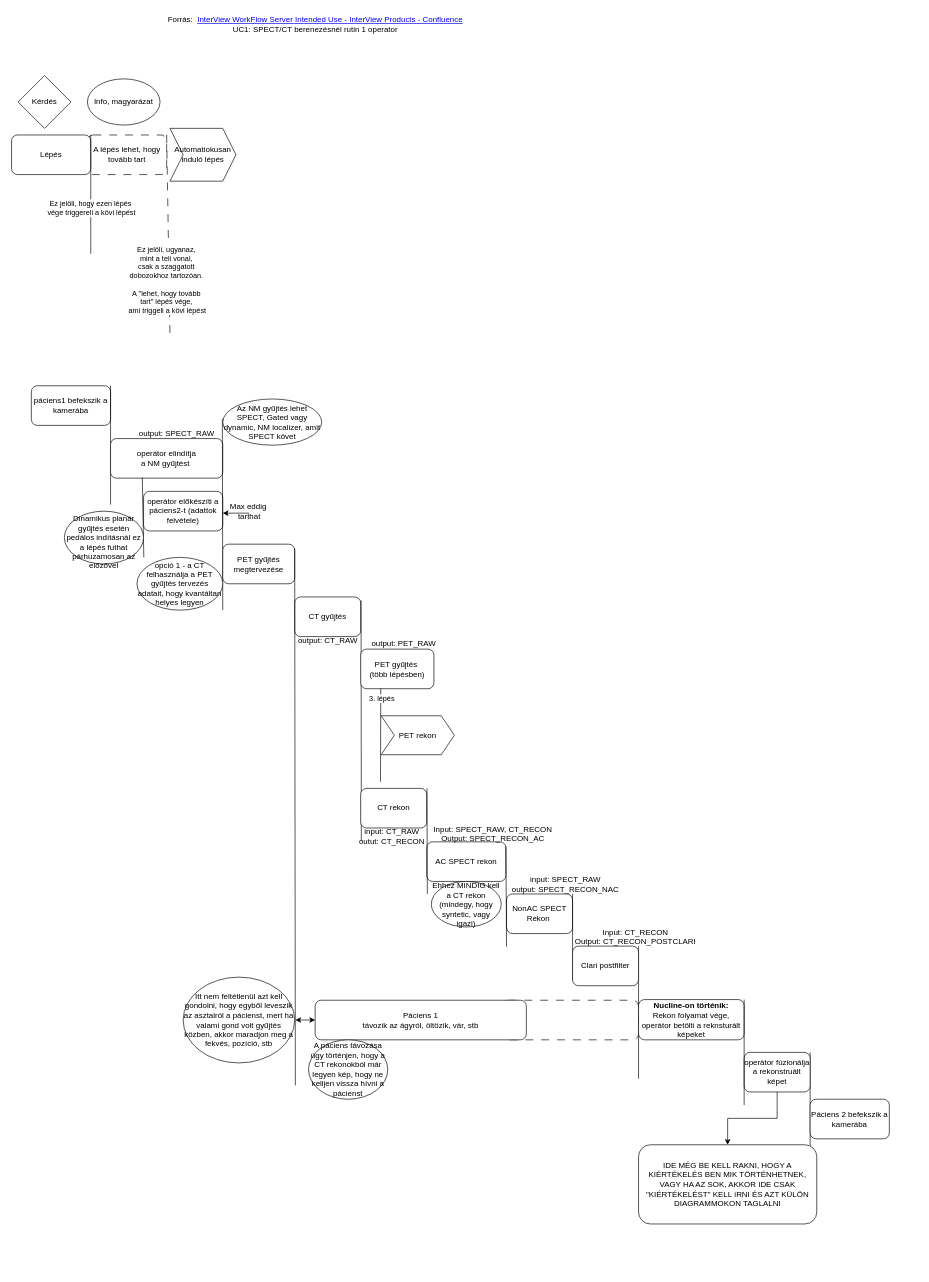
Earlier version of the draw.io diagram UC1_SPECT_CT_PET_Rutin_1_Operator_Prio1_Ac_SPECT_Rekon_ClariPF___törölni ha a kiértékelések is bekerültek.drawio (szvatai1985/drawio_files). Source tidied: cells renumbered, new cells numbered last; positions are measured from the earlier drawing's top-left corner, leaving out a move shared by most shapes. Both pictures are drawn from the tidied source at 66%, with x=0, y=0 at pixel (11, 11).
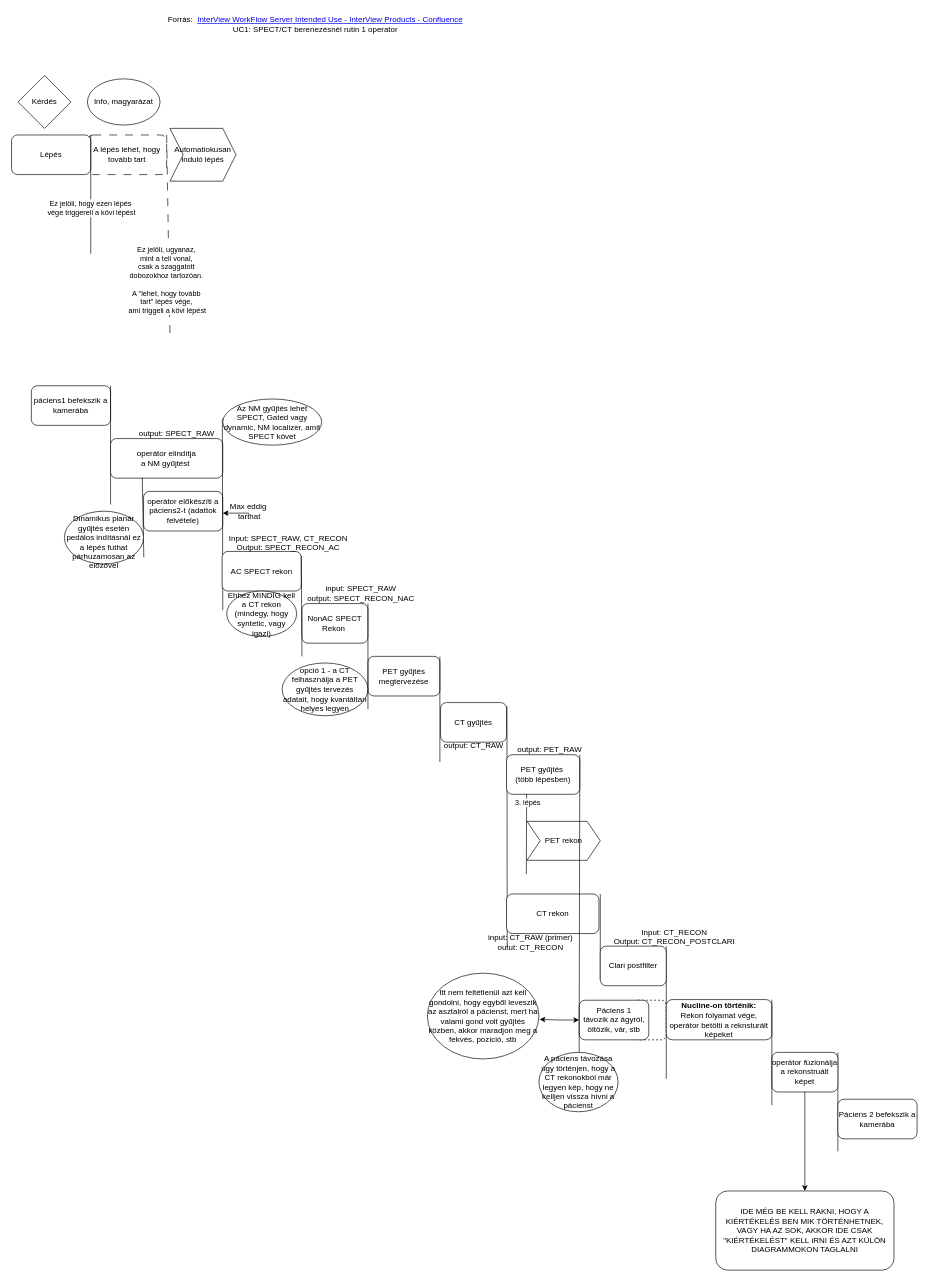
Above is the later version.

Change to the diagram source:
```diff
@@
-    <mxCell id="2" style="rounded=1;whiteSpace=wrap;html=1;dashed=1;dashPattern=12 12;" parent="1" vertex="1">
-      <mxGeometry x="744" y="1498" width="206" height="60" as="geometry" />
+    <mxCell id="2" style="rounded=1;whiteSpace=wrap;html=1;dashed=1;" parent="1" vertex="1">
+      <mxGeometry x="942" y="1498" width="50" height="60" as="geometry" />
     </mxCell>
@@
     <mxCell id="15" value="NonAC SPECT Rekon&amp;nbsp;" style="rounded=1;whiteSpace=wrap;html=1;" parent="1" vertex="1">
-      <mxGeometry x="750" y="1337" width="100" height="60" as="geometry" />
+      <mxGeometry x="440" y="897" width="100" height="60" as="geometry" />
     </mxCell>
     <mxCell id="16" style="endArrow=none;html=1;rounded=0;entryX=1;entryY=0;entryDx=0;entryDy=0;" parent="1" edge="1">
       <mxGeometry relative="1" as="geometry">
-        <mxPoint x="950" y="1617" as="sourcePoint" />
-        <mxPoint x="950" y="1416" as="targetPoint" />
+        <mxPoint x="992" y="1617" as="sourcePoint" />
+        <mxPoint x="992" y="1416" as="targetPoint" />
       </mxGeometry>
     </mxCell>
     <mxCell id="17" style="endArrow=none;html=1;rounded=0;entryX=1;entryY=0;entryDx=0;entryDy=0;" parent="1" edge="1">
       <mxGeometry relative="1" as="geometry">
-        <mxPoint x="1210" y="1727" as="sourcePoint" />
-        <mxPoint x="1210" y="1577" as="targetPoint" />
+        <mxPoint x="1252" y="1727" as="sourcePoint" />
+        <mxPoint x="1252" y="1577" as="targetPoint" />
       </mxGeometry>
     </mxCell>
     <mxCell id="18" value="&lt;div&gt;Páciens 2 befekszik a kamerába&lt;/div&gt;" style="rounded=1;whiteSpace=wrap;html=1;" parent="1" vertex="1">
-      <mxGeometry x="1210" y="1648" width="120" height="60" as="geometry" />
+      <mxGeometry x="1252" y="1648" width="120" height="60" as="geometry" />
     </mxCell>
@@
     <mxCell id="20" value="&lt;div&gt;&lt;div&gt;input: SPECT_RAW&lt;/div&gt;&lt;div&gt;output: SPECT_RECON_NAC&lt;/div&gt;&lt;/div&gt;" style="text;html=1;align=center;verticalAlign=middle;strokeColor=none;fillColor=none;" parent="1" vertex="1">
-      <mxGeometry x="744" y="1302" width="190" height="40" as="geometry" />
+      <mxGeometry x="434" y="862" width="190" height="40" as="geometry" />
     </mxCell>
     <mxCell id="21" value="CT gyűjtés" style="rounded=1;whiteSpace=wrap;html=1;" parent="1" vertex="1">
-      <mxGeometry x="429" y="887" width="100" height="60" as="geometry" />
+      <mxGeometry x="650" y="1047" width="100" height="60" as="geometry" />
     </mxCell>
     <mxCell id="22" value="&lt;div&gt;output: CT_RAW&lt;/div&gt;" style="text;html=1;align=center;verticalAlign=middle;strokeColor=none;fillColor=none;" parent="1" vertex="1">
-      <mxGeometry x="424" y="938" width="110" height="30" as="geometry" />
+      <mxGeometry x="645" y="1098" width="110" height="30" as="geometry" />
     </mxCell>
     <mxCell id="23" style="endArrow=none;html=1;rounded=0;entryX=1.006;entryY=0.091;entryDx=0;entryDy=0;entryPerimeter=0;" parent="1" edge="1" target="21">
       <mxGeometry relative="1" as="geometry">
-        <mxPoint x="530" y="1257" as="sourcePoint" />
+        <mxPoint x="751" y="1417" as="sourcePoint" />
       </mxGeometry>
     </mxCell>
     <mxCell id="24" value="CT rekon" style="rounded=1;whiteSpace=wrap;html=1;" parent="1" vertex="1">
-      <mxGeometry x="529" y="1177" width="100" height="60" as="geometry" />
+      <mxGeometry x="750" y="1337" width="140" height="60" as="geometry" />
     </mxCell>
-    <mxCell id="25" value="&lt;div&gt;input: CT_RAW&lt;/div&gt;&lt;div&gt;outut: CT_RECON&lt;/div&gt;" style="text;html=1;align=center;verticalAlign=middle;strokeColor=none;fillColor=none;" parent="1" vertex="1">
-      <mxGeometry x="516" y="1230" width="120" height="40" as="geometry" />
+    <mxCell id="25" value="&lt;div&gt;input: CT_RAW (primer)&lt;/div&gt;&lt;div&gt;outut: CT_RECON&lt;/div&gt;" style="text;html=1;align=center;verticalAlign=middle;strokeColor=none;fillColor=none;" parent="1" vertex="1">
+      <mxGeometry x="711" y="1390" width="150" height="40" as="geometry" />
     </mxCell>
     <mxCell id="26" style="endArrow=none;html=1;rounded=0;entryX=1;entryY=0;entryDx=0;entryDy=0;" parent="1" edge="1">
       <mxGeometry relative="1" as="geometry">
-        <mxPoint x="850" y="1467" as="sourcePoint" />
-        <mxPoint x="850" y="1337" as="targetPoint" />
+        <mxPoint x="892" y="1467" as="sourcePoint" />
+        <mxPoint x="892" y="1337" as="targetPoint" />
       </mxGeometry>
     </mxCell>
     <mxCell id="27" value="&lt;div&gt;Clari postfilter&lt;/div&gt;" style="rounded=1;whiteSpace=wrap;html=1;" parent="1" vertex="1">
-      <mxGeometry x="850" y="1416" width="100" height="60" as="geometry" />
+      <mxGeometry x="892" y="1416" width="100" height="60" as="geometry" />
     </mxCell>
     <mxCell id="28" value="&lt;div&gt;Input: CT_RECON&lt;/div&gt;&lt;div&gt;Output: CT_RECON_POSTCLARI&lt;/div&gt;" style="text;html=1;align=center;verticalAlign=middle;strokeColor=none;fillColor=none;" parent="1" vertex="1">
-      <mxGeometry x="840" y="1382" width="210" height="40" as="geometry" />
+      <mxGeometry x="899" y="1382" width="210" height="40" as="geometry" />
     </mxCell>
     <mxCell id="29" value="AC SPECT rekon" style="rounded=1;whiteSpace=wrap;html=1;" parent="1" vertex="1">
-      <mxGeometry x="629" y="1258" width="120" height="60" as="geometry" />
+      <mxGeometry x="319" y="818" width="120" height="60" as="geometry" />
     </mxCell>
     <mxCell id="30" value="&lt;div&gt;Input: SPECT_RAW, CT_RECON&lt;/div&gt;&lt;div&gt;Output: SPECT_RECON_AC&lt;/div&gt;&lt;div&gt;&lt;br&gt;&lt;/div&gt;" style="text;html=1;align=center;verticalAlign=middle;strokeColor=none;fillColor=none;" parent="1" vertex="1">
-      <mxGeometry x="629" y="1223" width="200" height="60" as="geometry" />
+      <mxGeometry x="319" y="783" width="200" height="60" as="geometry" />
     </mxCell>
@@
     <mxCell id="39" value="&lt;div&gt;PET gyűjtés megtervezése&lt;/div&gt;" style="rounded=1;whiteSpace=wrap;html=1;" parent="1" vertex="1">
-      <mxGeometry x="320" y="807" width="109" height="60" as="geometry" />
+      <mxGeometry x="540" y="977" width="109" height="60" as="geometry" />
     </mxCell>
     <mxCell id="40" value="opció 1 - a CT felhasználja a PET gyűjtés tervezés adatait, hogy kvantáltan helyes legyen" style="ellipse;whiteSpace=wrap;html=1;" parent="1" vertex="1">
-      <mxGeometry x="190" y="827" width="130" height="80" as="geometry" />
+      <mxGeometry x="410" y="987" width="130" height="80" as="geometry" />
     </mxCell>
-    <mxCell id="41" style="endArrow=none;html=1;rounded=0;entryX=1;entryY=0.11;entryDx=0;entryDy=0;entryPerimeter=0;" parent="1" edge="1" target="39">
-      <mxGeometry relative="1" as="geometry">
-        <mxPoint x="430" y="1627" as="sourcePoint" />
-      </mxGeometry>
-    </mxCell>
     <mxCell id="42" value="PET gyűjtés&amp;nbsp;&lt;div&gt;(több lépésben)&lt;/div&gt;" style="rounded=1;whiteSpace=wrap;html=1;" parent="1" vertex="1">
-      <mxGeometry x="529" y="966" width="111" height="60" as="geometry" />
+      <mxGeometry x="750" y="1126" width="111" height="60" as="geometry" />
     </mxCell>
     <mxCell id="43" value="PET rekon" style="shape=step;perimeter=stepPerimeter;whiteSpace=wrap;html=1;fixedSize=1;" parent="1" vertex="1">
-      <mxGeometry x="560" y="1067" width="111" height="59" as="geometry" />
+      <mxGeometry x="781" y="1227" width="111" height="59" as="geometry" />
     </mxCell>
     <mxCell id="44" style="endArrow=none;html=1;rounded=0;entryX=1;entryY=0.11;entryDx=0;entryDy=0;entryPerimeter=0;" parent="1" edge="1">
       <mxGeometry relative="1" as="geometry">
-        <mxPoint x="559" y="1167" as="sourcePoint" />
-        <mxPoint x="559.4" y="1025.5" as="targetPoint" />
+        <mxPoint x="780" y="1307" as="sourcePoint" />
+        <mxPoint x="780.4" y="1185.5" as="targetPoint" />
       </mxGeometry>
     </mxCell>
@@
     <mxCell id="46" value="Páciens 1&lt;div&gt;távozik az ágyról, öltözik, vár, stb&lt;/div&gt;" style="rounded=1;whiteSpace=wrap;html=1;" parent="1" vertex="1">
-      <mxGeometry x="460" y="1498" width="320" height="60" as="geometry" />
+      <mxGeometry x="860" y="1498" width="105.5" height="60" as="geometry" />
     </mxCell>
     <mxCell id="47" style="edgeStyle=orthogonalEdgeStyle;rounded=0;jettySize=auto;html=1;exitX=0;exitY=0.5;exitDx=0;exitDy=0;startArrow=classic;startFill=1;" parent="1" edge="1" source="46">
       <mxGeometry relative="1" as="geometry">
-        <mxPoint x="430" y="1528" as="targetPoint" />
+        <mxPoint x="800" y="1527" as="targetPoint" />
       </mxGeometry>
     </mxCell>
     <mxCell id="48" value="A páciens távozása úgy történjen, hogy a CT rekonokból már legyen kép, hogy ne kelljen vissza hívni a pácienst" style="ellipse;whiteSpace=wrap;html=1;" parent="1" vertex="1">
-      <mxGeometry x="450" y="1558" width="120" height="90" as="geometry" />
+      <mxGeometry x="799" y="1577" width="120" height="90" as="geometry" />
     </mxCell>
     <mxCell id="49" value="Itt nem feltétlenül azt kell gondolni, hogy egyből leveszik az asztalról a pácienst, mert ha valami gond volt gyűjtés közben, akkor maradjon meg a fekvés, pozíció, stb" style="ellipse;whiteSpace=wrap;html=1;" parent="1" vertex="1">
-      <mxGeometry x="260" y="1463" width="169" height="130" as="geometry" />
+      <mxGeometry x="630" y="1457" width="169" height="130" as="geometry" />
     </mxCell>
-    <mxCell id="50" style="endArrow=none;html=1;rounded=0;entryX=1;entryY=0.11;entryDx=0;entryDy=0;entryPerimeter=0;" parent="1" edge="1">
-      <mxGeometry relative="1" as="geometry">
-        <mxPoint x="630" y="1337" as="sourcePoint" />
-        <mxPoint x="629.4" y="1177" as="targetPoint" />
-      </mxGeometry>
-    </mxCell>
     <mxCell id="51" value="Ehhez MINDIG kell a CT rekon (mindegy, hogy syntetic, vagy igazi)" style="ellipse;whiteSpace=wrap;html=1;" parent="1" vertex="1">
-      <mxGeometry x="636" y="1318" width="106" height="69" as="geometry" />
+      <mxGeometry x="326" y="878" width="106" height="69" as="geometry" />
     </mxCell>
     <mxCell id="52" style="endArrow=none;html=1;rounded=0;entryX=1;entryY=0.11;entryDx=0;entryDy=0;entryPerimeter=0;" parent="1" edge="1">
       <mxGeometry relative="1" as="geometry">
-        <mxPoint x="750" y="1417" as="sourcePoint" />
-        <mxPoint x="749" y="1265" as="targetPoint" />
+        <mxPoint x="440" y="977" as="sourcePoint" />
+        <mxPoint x="439" y="825" as="targetPoint" />
       </mxGeometry>
     </mxCell>
     <mxCell id="53" value="&lt;div&gt;&lt;b&gt;Nucline-on történik:&lt;/b&gt;&lt;br&gt;&lt;/div&gt;Rekon folyamat vége, operátor betölti a reknsturált képeket" style="rounded=1;whiteSpace=wrap;html=1;" parent="1" vertex="1">
-      <mxGeometry x="950" y="1497" width="160" height="61" as="geometry" />
+      <mxGeometry x="992" y="1497" width="160" height="61" as="geometry" />
     </mxCell>
@@
     <mxCell id="55" value="&lt;div&gt;operátor&amp;nbsp;&lt;span style=&quot;background-color: initial;&quot;&gt;fúzionálja a rekonstruált képet&lt;/span&gt;&lt;/div&gt;" style="rounded=1;whiteSpace=wrap;html=1;" parent="1" vertex="1">
-      <mxGeometry x="1110" y="1577" width="100" height="60" as="geometry" />
+      <mxGeometry x="1152" y="1577" width="100" height="60" as="geometry" />
     </mxCell>
     <mxCell id="56" style="endArrow=none;html=1;rounded=0;entryX=1;entryY=0;entryDx=0;entryDy=0;" parent="1" edge="1">
       <mxGeometry relative="1" as="geometry">
-        <mxPoint x="1110" y="1657" as="sourcePoint" />
-        <mxPoint x="1110" y="1497" as="targetPoint" />
+        <mxPoint x="1152" y="1657" as="sourcePoint" />
+        <mxPoint x="1152" y="1497" as="targetPoint" />
       </mxGeometry>
     </mxCell>
     <mxCell id="57" value="IDE MÉG BE KELL RAKNI, HOGY A KIÉRTÉKELÉS BEN MIK TÖRTÉNHETNEK, VAGY HA AZ SOK, AKKOR IDE CSAK &quot;KIÉRTÉKELÉST&quot; KELL íRNI ÉS AZT KÜLÖN DIAGRAMMOKON TAGLALNI" style="rounded=1;whiteSpace=wrap;html=1;" parent="1" vertex="1">
-      <mxGeometry x="950" y="1717" width="270" height="120" as="geometry" />
+      <mxGeometry x="1067" y="1787" width="270" height="120" as="geometry" />
     </mxCell>
     <mxCell id="58" value="output: PET_RAW" style="text;html=1;align=center;verticalAlign=middle;strokeColor=none;fillColor=none;" parent="1" vertex="1">
-      <mxGeometry x="534" y="943" width="120" height="30" as="geometry" />
+      <mxGeometry x="755" y="1103" width="120" height="30" as="geometry" />
     </mxCell>
+    <mxCell id="59" style="endArrow=none;html=1;rounded=0;entryX=1;entryY=0.11;entryDx=0;entryDy=0;entryPerimeter=0;" parent="1" edge="1">
+      <mxGeometry relative="1" as="geometry">
+        <mxPoint x="540" y="1057" as="sourcePoint" />
+        <mxPoint x="540" y="897" as="targetPoint" />
+      </mxGeometry>
+    </mxCell>
+    <mxCell id="60" style="endArrow=none;html=1;rounded=0;entryX=1;entryY=0.11;entryDx=0;entryDy=0;entryPerimeter=0;" parent="1" edge="1">
+      <mxGeometry relative="1" as="geometry">
+        <mxPoint x="649" y="1137" as="sourcePoint" />
+        <mxPoint x="649" y="977" as="targetPoint" />
+      </mxGeometry>
+    </mxCell>
+    <mxCell id="61" style="endArrow=none;html=1;rounded=0;entryX=1;entryY=0;entryDx=0;entryDy=0;" parent="1" edge="1">
+      <mxGeometry relative="1" as="geometry">
+        <mxPoint x="860" y="1577" as="sourcePoint" />
+        <mxPoint x="861" y="1126" as="targetPoint" />
+      </mxGeometry>
+    </mxCell>
```
